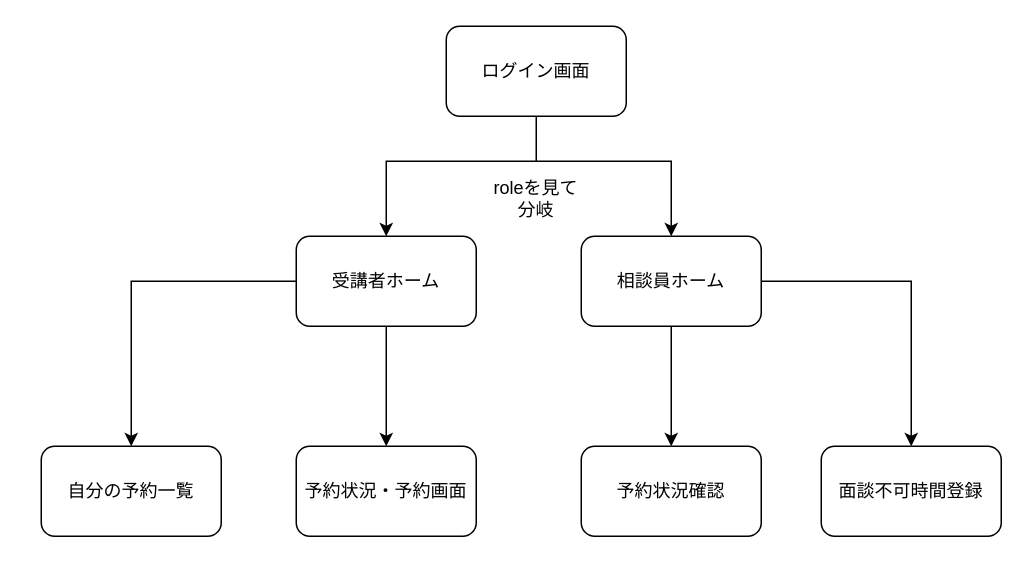
Above: docs/画面設計/.drawio/画面遷移図.drawio.xml in monochlorobenzene2605-svg/CounselingReservationSystem (draw.io), before the change. Source tidied: cells renumbered, new cells numbered last; positions are measured from the earlier drawing's top-left corner, leaving out a move shared by most shapes. Both pictures are drawn from the tidied source at 150%, with x=0, y=0 at pixel (40, 26).
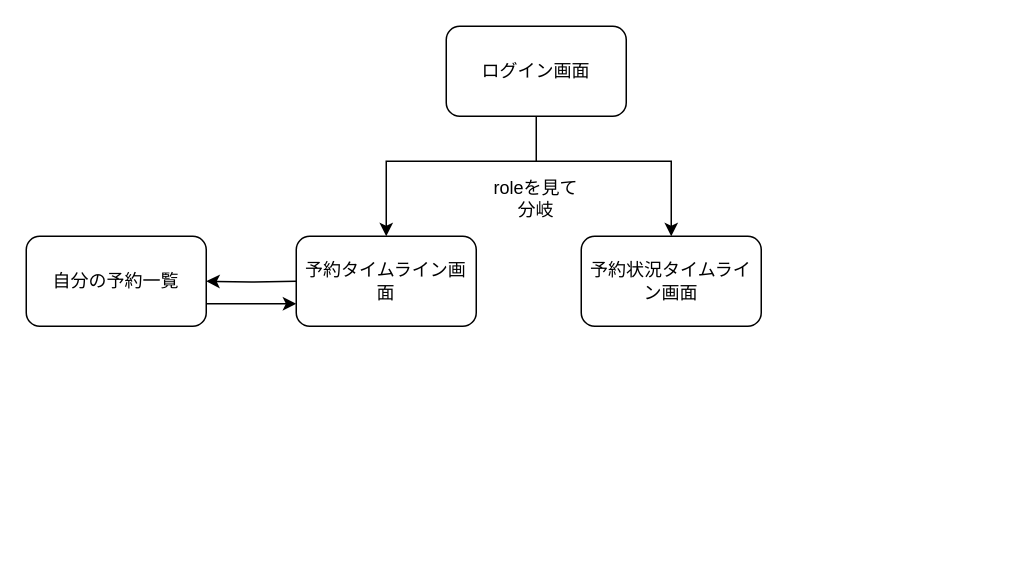
After the change.

Diff of the diagram source:
```diff
@@
 <mxGraphModel>
   <root>
     <mxCell id="0" />
     <mxCell id="1" parent="0" />
     <mxCell id="2" value="ログイン画面" style="rounded=1;whiteSpace=wrap;html=1;" parent="1" vertex="1">
       <mxGeometry x="270" width="120" height="60" as="geometry" />
     </mxCell>
-    <mxCell id="3" style="edgeStyle=orthogonalEdgeStyle;rounded=0;jettySize=auto;html=1;" parent="1" edge="1" source="5" target="12">
-      <mxGeometry relative="1" as="geometry" />
-    </mxCell>
-    <mxCell id="4" style="edgeStyle=orthogonalEdgeStyle;rounded=0;jettySize=auto;html=1;" parent="1" edge="1" source="5" target="14">
-      <mxGeometry relative="1" as="geometry" />
+    <mxCell id="4" style="edgeStyle=orthogonalEdgeStyle;rounded=0;jettySize=auto;html=1;" parent="1" edge="1" target="14">
+      <mxGeometry relative="1" as="geometry">
+        <mxPoint x="170" y="170" as="sourcePoint" />
+      </mxGeometry>
     </mxCell>
-    <mxCell id="5" value="受講者ホーム" style="rounded=1;whiteSpace=wrap;html=1;" parent="1" vertex="1">
-      <mxGeometry x="170" y="140" width="120" height="60" as="geometry" />
-    </mxCell>
-    <mxCell id="6" style="edgeStyle=orthogonalEdgeStyle;rounded=0;jettySize=auto;html=1;" parent="1" edge="1" source="8" target="13">
-      <mxGeometry relative="1" as="geometry" />
-    </mxCell>
-    <mxCell id="7" style="edgeStyle=orthogonalEdgeStyle;rounded=0;jettySize=auto;html=1;" parent="1" edge="1" source="8" target="15">
-      <mxGeometry relative="1" as="geometry" />
-    </mxCell>
-    <mxCell id="8" value="相談員ホーム" style="rounded=1;whiteSpace=wrap;html=1;" parent="1" vertex="1">
-      <mxGeometry x="360" y="140" width="120" height="60" as="geometry" />
-    </mxCell>
-    <mxCell id="9" style="endArrow=classic;startArrow=classic;html=1;rounded=0;entryX=0.5;entryY=0;entryDx=0;entryDy=0;exitX=0.5;exitY=0;exitDx=0;exitDy=0;" parent="1" edge="1" source="5" target="8">
+    <mxCell id="9" style="endArrow=classic;startArrow=classic;html=1;rounded=0;entryX=0.5;entryY=0;entryDx=0;entryDy=0;exitX=0.5;exitY=0;exitDx=0;exitDy=0;" parent="1" edge="1">
       <mxGeometry relative="1" as="geometry">
+        <mxPoint x="230" y="140" as="sourcePoint" />
+        <mxPoint x="420" y="140" as="targetPoint" />
         <Array as="points">
           <mxPoint x="230" y="90" />
           <mxPoint x="420" y="90" />
         </Array>
       </mxGeometry>
     </mxCell>
     <mxCell id="10" style="endArrow=none;html=1;rounded=0;exitX=0.5;exitY=1;exitDx=0;exitDy=0;" parent="1" edge="1" source="2">
       <mxGeometry relative="1" as="geometry">
         <mxPoint x="330" y="90" as="targetPoint" />
       </mxGeometry>
     </mxCell>
     <mxCell id="11" value="roleを見て分岐" style="text;html=1;whiteSpace=wrap;strokeColor=none;fillColor=none;align=center;verticalAlign=middle;rounded=0;" parent="1" vertex="1">
       <mxGeometry x="300" y="100" width="60" height="30" as="geometry" />
     </mxCell>
-    <mxCell id="12" value="予約状況・予約画面" style="whiteSpace=wrap;html=1;rounded=1;" parent="1" vertex="1">
-      <mxGeometry x="170" y="280" width="120" height="60" as="geometry" />
+    <mxCell id="12" value="予約タイムライン画面" style="whiteSpace=wrap;html=1;rounded=1;" parent="1" vertex="1">
+      <mxGeometry x="170" y="140" width="120" height="60" as="geometry" />
     </mxCell>
-    <mxCell id="13" value="予約状況確認" style="whiteSpace=wrap;html=1;rounded=1;" parent="1" vertex="1">
-      <mxGeometry x="360" y="280" width="120" height="60" as="geometry" />
+    <mxCell id="13" value="予約状況タイムライン画面" style="whiteSpace=wrap;html=1;rounded=1;" parent="1" vertex="1">
+      <mxGeometry x="360" y="140" width="120" height="60" as="geometry" />
     </mxCell>
     <mxCell id="14" value="自分の予約一覧" style="whiteSpace=wrap;html=1;rounded=1;" parent="1" vertex="1">
-      <mxGeometry y="280" width="120" height="60" as="geometry" />
+      <mxGeometry x="-10" y="140" width="120" height="60" as="geometry" />
     </mxCell>
-    <mxCell id="15" value="面談不可時間登録" style="whiteSpace=wrap;html=1;rounded=1;" parent="1" vertex="1">
-      <mxGeometry x="520" y="280" width="120" height="60" as="geometry" />
-    </mxCell>
+    <mxCell id="16" style="endArrow=classic;html=1;rounded=0;entryX=0;entryY=0.75;entryDx=0;entryDy=0;exitX=1;exitY=0.75;exitDx=0;exitDy=0;" parent="1" edge="1" source="14" target="12">
+      <mxGeometry relative="1" as="geometry" />
+    </mxCell>
   </root>
 </mxGraphModel>
```
